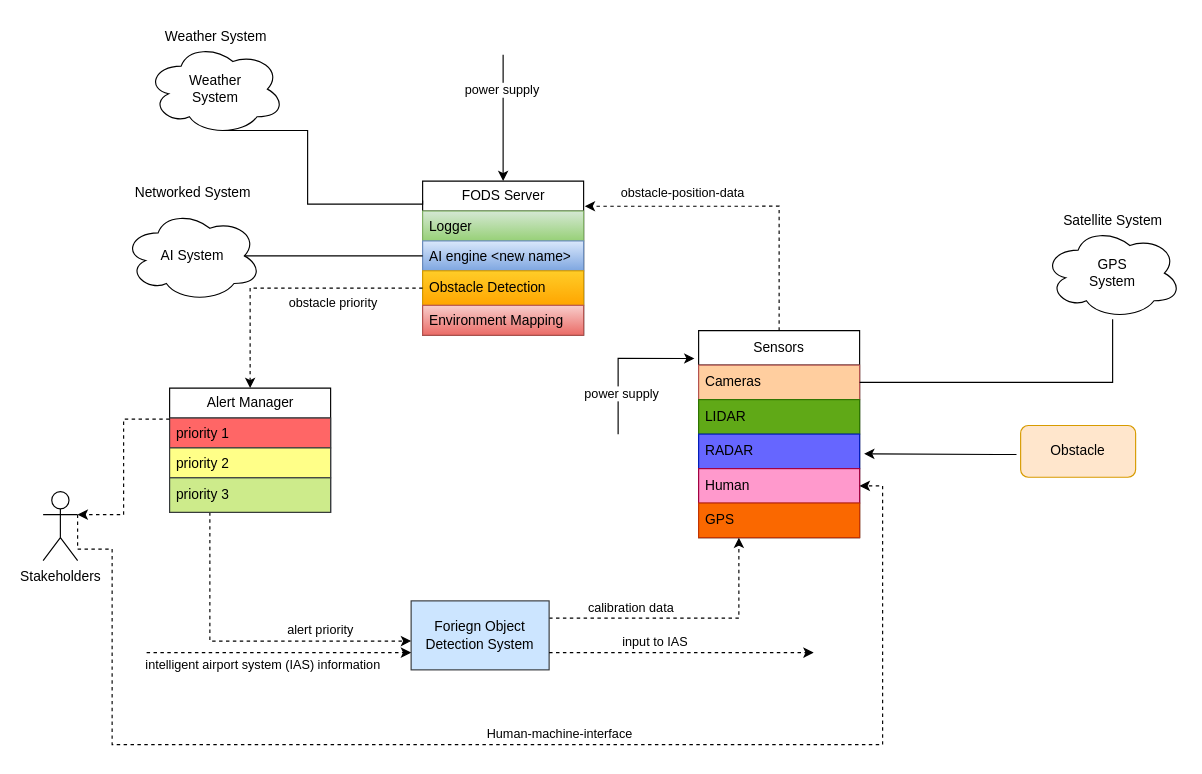
This is Architecture Diagram.drawio from varuneranki/MBSE, a draw.io file, before an edit. Source tidied: cells renumbered, new cells numbered last; positions are measured from the earlier drawing's top-left corner, leaving out a move shared by most shapes. Both pictures are drawn from the tidied source at 115%, with x=0, y=0 at pixel (43, 20).
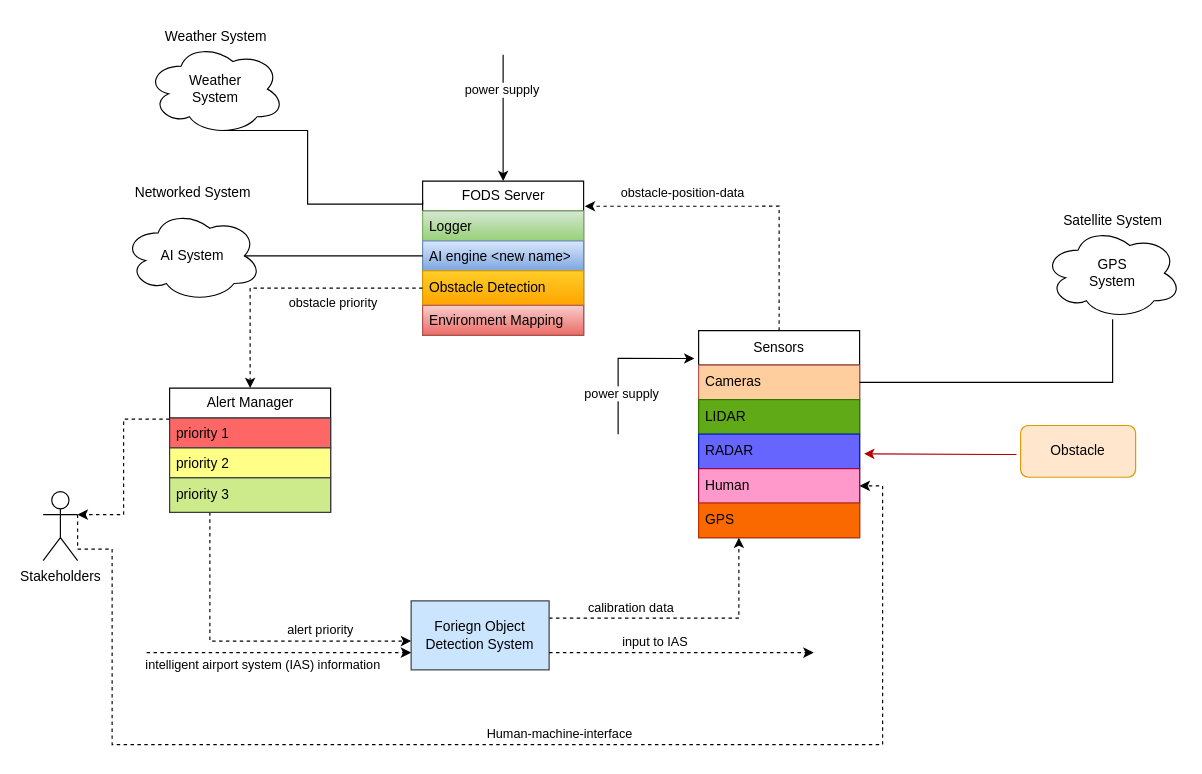
Above is the later version.

Unchanged cells that the change refers to:
```xml
<mxCell id="5" value="RADAR" style="text;strokeColor=#001DBC;fillColor=#6666FF;align=left;verticalAlign=middle;spacingLeft=4;spacingRight=4;overflow=hidden;points=[[0,0.5],[1,0.5]];portConstraint=eastwest;whiteSpace=wrap;html=1;fontColor=#000000;" parent="2" vertex="1">
  <mxGeometry y="90" width="140" height="30" as="geometry" />
</mxCell>
<mxCell id="16" value="Obstacle" style="rounded=1;whiteSpace=wrap;html=1;strokeColor=#d79b00;fillColor=#ffe6cc;" parent="1" vertex="1">
  <mxGeometry x="850" y="352.5" width="100" height="45" as="geometry" />
</mxCell>
```

Change to the diagram source:
```diff
@@
-    <mxCell id="15" style="edgeStyle=orthogonalEdgeStyle;rounded=0;jettySize=auto;html=1;entryX=1.028;entryY=0.571;entryDx=0;entryDy=0;entryPerimeter=0;exitX=-0.036;exitY=0.56;exitDx=0;exitDy=0;exitPerimeter=0;" parent="1" edge="1" source="16" target="5">
+    <mxCell id="15" style="edgeStyle=orthogonalEdgeStyle;rounded=0;jettySize=auto;html=1;entryX=1.028;entryY=0.571;entryDx=0;entryDy=0;entryPerimeter=0;exitX=-0.036;exitY=0.56;exitDx=0;exitDy=0;exitPerimeter=0;fillColor=#e51400;strokeColor=#B20000;" parent="1" edge="1" source="16" target="5">
       <mxGeometry relative="1" as="geometry">
         <Array as="points">
           <mxPoint x="830" y="378" />
         </Array>
       </mxGeometry>
     </mxCell>
```
